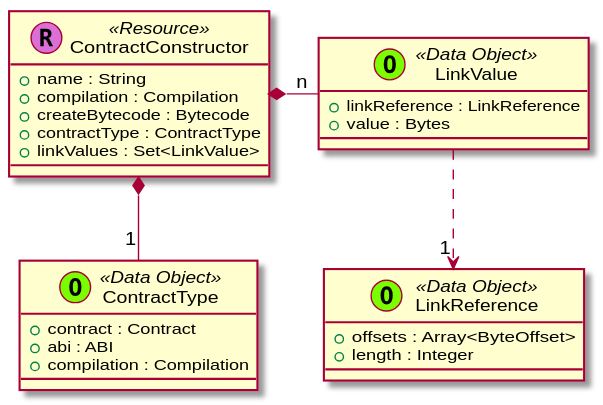
This is contrib/trufflesuite/data-model/_images/plantuml-5a573fec3c04ab4196ae88e05933bbbcc62cf230.svg from trufflesuite/artifact-updates, a PlantUML export, as it was before one commit.
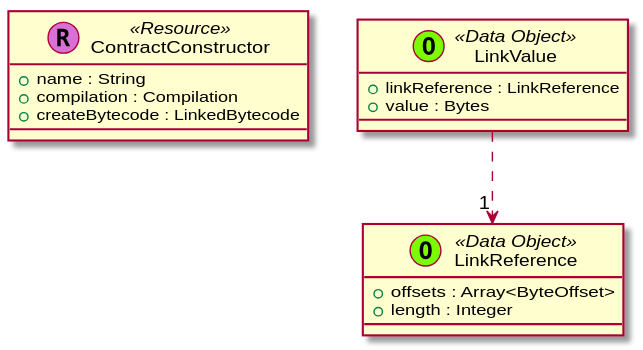
The same diagram one commit later.

The edit, as a diff of the source:
```diff
@@ -6,38 +6,11 @@
 
 
 
-
-
-
-
-
-class ContractConstructor << (R,orchid) Resource >> {
-  + name : String
-  + compilation : Compilation
-  + createBytecode : Bytecode
-  + contractType : ContractType
-  + linkValues : Set<LinkValue>
-}
-
-
-
-
-
-class LinkValue << (O,lawngreen) Data Object >> {
-  + linkReference : LinkReference
-  + value : Bytes
-}
-
-class LinkReference << (O,lawngreen) Data Object >> {
-  + offsets : Array<ByteOffset>
-  + length : Integer
-}
-
-class ContractType << (O,lawngreen) Data Object >> {
-  + contract : Contract
-  + abi : ABI
-  + compilation : Compilation
-}
+  class ContractConstructor << (R,orchid) Resource >> {
+    + name : String
+    + compilation : Compilation
+    + createBytecode : LinkedBytecode
+  }
 
 
 
@@ -51,14 +24,19 @@
 
 
 
-ContractConstructor *-- "1" ContractType
 
 
 
 
+  class LinkValue << (O,lawngreen) Data Object >> {
+    + linkReference : LinkReference
+    + value : Bytes
+  }
 
-
-ContractConstructor *-right- "n" LinkValue
+  class LinkReference << (O,lawngreen) Data Object >> {
+    + offsets : Array<ByteOffset>
+    + length : Integer
+  }
 
 
 
@@ -69,6 +47,23 @@
 
 
 
-LinkValue ..> "1" LinkReference
+
+
+
+
+
+
+
+
+
+
+
+
+
+
+
+
+
+  LinkValue ..> "1" LinkReference
 
 @enduml
```
